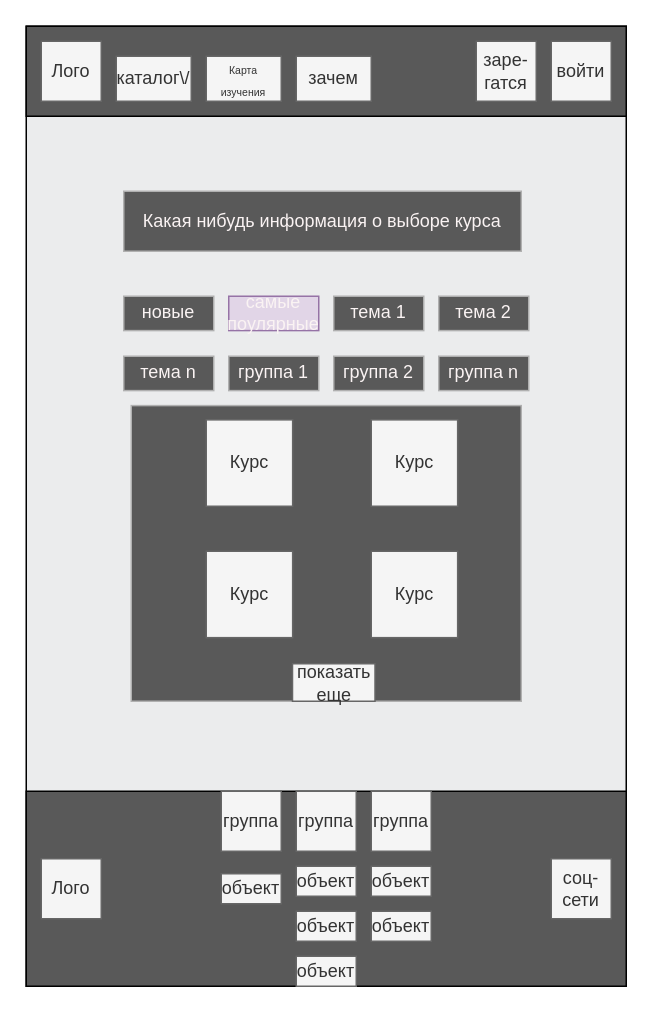
Earlier version of the draw.io diagram page "Список курсов" (3 of 11) of planing/Wireframe/Wireframe.drawio (Konfermat/diploma-project). Source tidied: cells renumbered, new cells numbered last; positions are measured from the earlier drawing's top-left corner, leaving out a move shared by most shapes. Both pictures are drawn from the tidied source at 150%, with x=0, y=0 at pixel (26, 26).
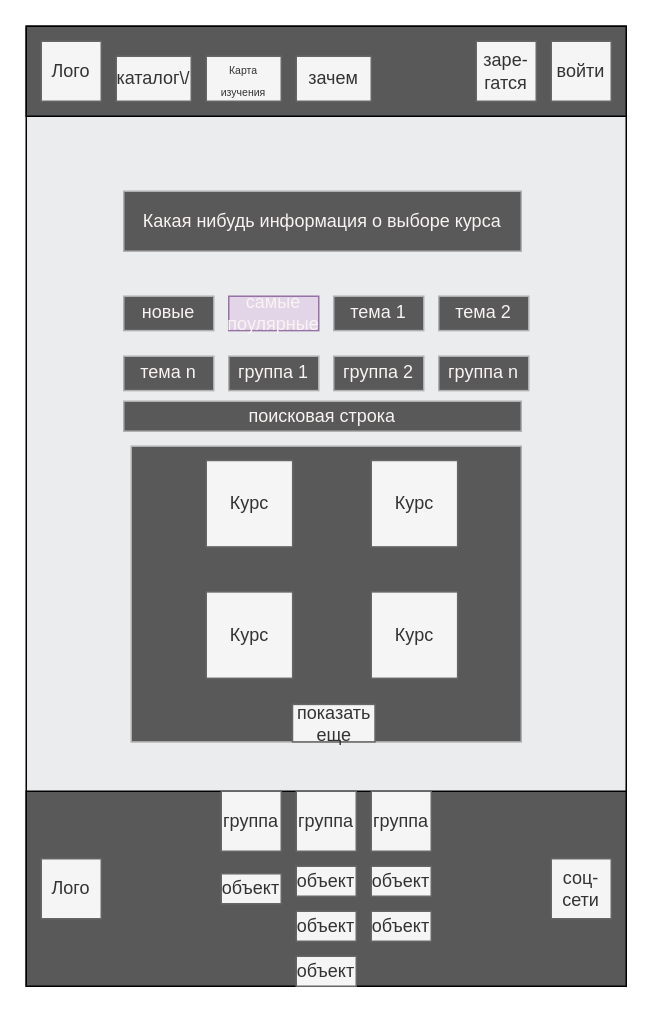
Above is the later version.

Change to the diagram source:
```diff
@@
     <mxCell id="23" style="whiteSpace=wrap;html=1;strokeColor=#B0B0B0;fillColor=#595959;gradientColor=none;" parent="1" vertex="1">
-      <mxGeometry x="70" y="252.9" width="260" height="197.1" as="geometry" />
+      <mxGeometry x="70" y="280" width="260" height="197.1" as="geometry" />
     </mxCell>
     <mxCell id="24" value="Курс" style="whiteSpace=wrap;html=1;strokeColor=#666666;fillColor=#f5f5f5;fontColor=#333333;" parent="1" vertex="1">
-      <mxGeometry x="120" y="262.4" width="57.6" height="57.6" as="geometry" />
+      <mxGeometry x="120" y="289.5" width="57.6" height="57.6" as="geometry" />
     </mxCell>
     <mxCell id="25" value="Курс" style="whiteSpace=wrap;html=1;strokeColor=#666666;fillColor=#f5f5f5;fontColor=#333333;" parent="1" vertex="1">
-      <mxGeometry x="230" y="262.4" width="57.6" height="57.6" as="geometry" />
+      <mxGeometry x="230" y="289.5" width="57.6" height="57.6" as="geometry" />
     </mxCell>
     <mxCell id="26" value="показать еще" style="whiteSpace=wrap;html=1;strokeColor=#666666;fillColor=#f5f5f5;fontColor=#333333;" parent="1" vertex="1">
-      <mxGeometry x="177.5" y="425" width="55" height="25" as="geometry" />
+      <mxGeometry x="177.5" y="452.1" width="55" height="25" as="geometry" />
     </mxCell>
     <mxCell id="27" value="Курс" style="whiteSpace=wrap;html=1;strokeColor=#666666;fillColor=#f5f5f5;fontColor=#333333;" parent="1" vertex="1">
-      <mxGeometry x="120" y="350" width="57.6" height="57.6" as="geometry" />
+      <mxGeometry x="120" y="377.1" width="57.6" height="57.6" as="geometry" />
     </mxCell>
     <mxCell id="28" value="Курс" style="whiteSpace=wrap;html=1;strokeColor=#666666;fillColor=#f5f5f5;fontColor=#333333;" parent="1" vertex="1">
-      <mxGeometry x="230" y="350" width="57.6" height="57.6" as="geometry" />
+      <mxGeometry x="230" y="377.1" width="57.6" height="57.6" as="geometry" />
     </mxCell>
@@
+    <mxCell id="40" value="&lt;font color=&quot;#faf3f3&quot;&gt;поисковая строка&lt;/font&gt;" style="whiteSpace=wrap;html=1;strokeColor=#B0B0B0;fillColor=#595959;gradientColor=none;" parent="1" vertex="1">
+      <mxGeometry x="65" y="250" width="265" height="20" as="geometry" />
+    </mxCell>
```
